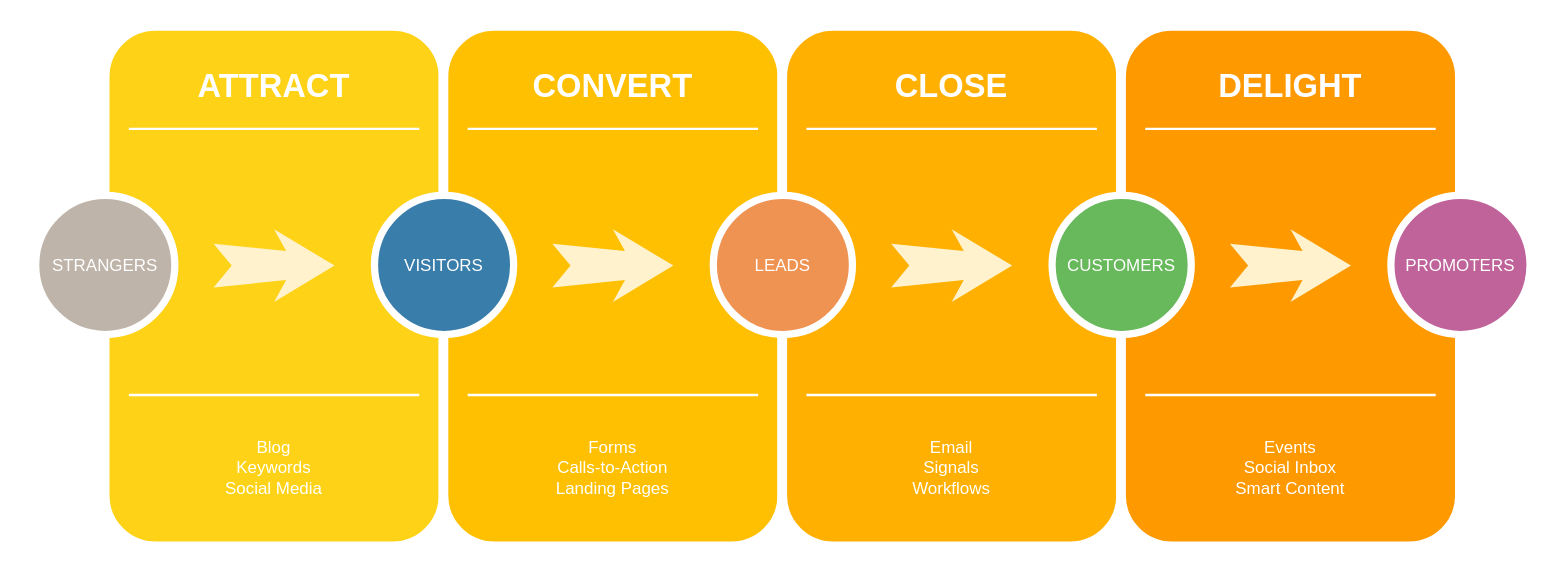
This is Untitled Diagram.drawio from nhanphams/ActionBarSherlock, a draw.io file, before an edit. Source tidied: cells renumbered, new cells numbered last; positions are measured from the earlier drawing's top-left corner, leaving out a move shared by most shapes. Both pictures are drawn from the tidied source at 121%, with x=0, y=0 at pixel (35, 25).
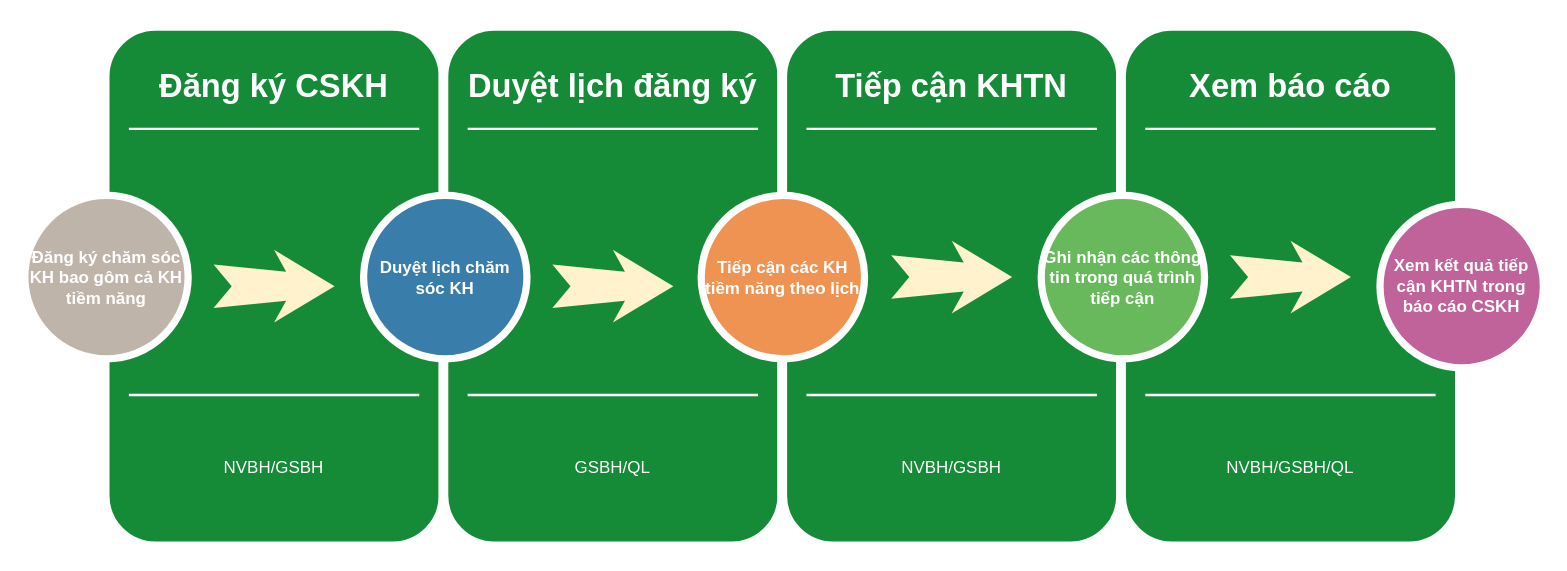
After the change.

Diff of the diagram source:
```diff
@@
-    <mxCell id="2" style="whiteSpace=wrap;html=1;rounded=1;shadow=0;strokeWidth=8;fontSize=20;align=center;fillColor=#FED217;strokeColor=#FFFFFF;" parent="1" vertex="1">
+    <mxCell id="2" style="whiteSpace=wrap;html=1;rounded=1;shadow=0;strokeWidth=8;fontSize=20;align=center;strokeColor=#FFFFFF;fillColor=#158B38;" parent="1" vertex="1">
       <mxGeometry x="57" width="280" height="430" as="geometry" />
     </mxCell>
-    <mxCell id="3" value="ATTRACT" style="text;html=1;strokeColor=none;fillColor=none;align=center;verticalAlign=middle;whiteSpace=wrap;rounded=0;shadow=0;fontSize=27;fontColor=#FFFFFF;fontStyle=1;" parent="1" vertex="1">
+    <mxCell id="3" value="Đăng ký CSKH" style="text;html=1;strokeColor=none;fillColor=none;align=center;verticalAlign=middle;whiteSpace=wrap;rounded=0;shadow=0;fontSize=27;fontColor=#FFFFFF;fontStyle=1;" parent="1" vertex="1">
       <mxGeometry x="57" y="20" width="280" height="60" as="geometry" />
     </mxCell>
-    <mxCell id="4" value="Blog&lt;div&gt;Keywords&lt;/div&gt;&lt;div&gt;Social Media&lt;/div&gt;" style="text;html=1;strokeColor=none;fillColor=none;align=center;verticalAlign=middle;whiteSpace=wrap;rounded=0;shadow=0;fontSize=14;fontColor=#FFFFFF;" parent="1" vertex="1">
+    <mxCell id="4" value="NVBH/GSBH" style="text;html=1;strokeColor=none;fillColor=none;align=center;verticalAlign=middle;whiteSpace=wrap;rounded=0;shadow=0;fontSize=14;fontColor=#FFFFFF;" parent="1" vertex="1">
       <mxGeometry x="57" y="320" width="280" height="90" as="geometry" />
     </mxCell>
@@
-    <mxCell id="7" value="STRANGERS" style="ellipse;whiteSpace=wrap;html=1;rounded=0;shadow=0;strokeWidth=6;fontSize=14;align=center;fillColor=#BFB4A9;strokeColor=#FFFFFF;fontColor=#FFFFFF;" parent="1" vertex="1">
-      <mxGeometry y="140" width="115" height="115" as="geometry" />
+    <mxCell id="7" value="Đăng ký chăm sóc KH bao gôm cả KH tiềm năng" style="ellipse;whiteSpace=wrap;html=1;rounded=0;shadow=0;strokeWidth=6;fontSize=14;align=center;fillColor=#BFB4A9;strokeColor=#FFFFFF;fontColor=#FFFFFF;fontStyle=1;" parent="1" vertex="1">
+      <mxGeometry x="-9" y="140" width="135" height="135" as="geometry" />
     </mxCell>
     <mxCell id="8" style="html=1;shadow=0;dashed=0;align=center;verticalAlign=middle;shape=mxgraph.arrows2.stylisedArrow;dy=0.6;dx=40;notch=15;feather=0.4;rounded=0;strokeWidth=1;fontSize=27;strokeColor=none;fillColor=#fff2cc;" parent="1" vertex="1">
-      <mxGeometry x="147" y="168" width="100" height="60" as="geometry" />
+      <mxGeometry x="147" y="185" width="100" height="60" as="geometry" />
     </mxCell>
-    <mxCell id="9" style="whiteSpace=wrap;html=1;rounded=1;shadow=0;strokeWidth=8;fontSize=20;align=center;fillColor=#FFC001;strokeColor=#FFFFFF;" parent="1" vertex="1">
+    <mxCell id="9" style="whiteSpace=wrap;html=1;rounded=1;shadow=0;strokeWidth=8;fontSize=20;align=center;strokeColor=#FFFFFF;fillColor=#158B38;" parent="1" vertex="1">
       <mxGeometry x="337" width="280" height="430" as="geometry" />
     </mxCell>
-    <mxCell id="10" value="CONVERT" style="text;html=1;strokeColor=none;fillColor=none;align=center;verticalAlign=middle;whiteSpace=wrap;rounded=0;shadow=0;fontSize=27;fontColor=#FFFFFF;fontStyle=1;" parent="1" vertex="1">
+    <mxCell id="10" value="Duyệt lịch đăng ký" style="text;html=1;strokeColor=none;fillColor=none;align=center;verticalAlign=middle;whiteSpace=wrap;rounded=0;shadow=0;fontSize=27;fontColor=#FFFFFF;fontStyle=1;" parent="1" vertex="1">
       <mxGeometry x="337" y="20" width="280" height="60" as="geometry" />
     </mxCell>
-    <mxCell id="11" value="Forms&lt;div&gt;Calls-to-Action&lt;/div&gt;&lt;div&gt;Landing Pages&lt;/div&gt;" style="text;html=1;strokeColor=none;fillColor=none;align=center;verticalAlign=middle;whiteSpace=wrap;rounded=0;shadow=0;fontSize=14;fontColor=#FFFFFF;" parent="1" vertex="1">
+    <mxCell id="11" value="GSBH/QL" style="text;html=1;strokeColor=none;fillColor=none;align=center;verticalAlign=middle;whiteSpace=wrap;rounded=0;shadow=0;fontSize=14;fontColor=#FFFFFF;" parent="1" vertex="1">
       <mxGeometry x="337" y="320" width="280" height="90" as="geometry" />
     </mxCell>
@@
-    <mxCell id="14" value="VISITORS" style="ellipse;whiteSpace=wrap;html=1;rounded=0;shadow=0;strokeWidth=6;fontSize=14;align=center;fillColor=#397DAA;strokeColor=#FFFFFF;fontColor=#FFFFFF;" parent="1" vertex="1">
-      <mxGeometry x="280" y="140" width="115" height="115" as="geometry" />
+    <mxCell id="14" value="Duyệt lịch chăm sóc KH" style="ellipse;whiteSpace=wrap;html=1;rounded=0;shadow=0;strokeWidth=6;fontSize=14;align=center;fillColor=#397DAA;strokeColor=#FFFFFF;fontColor=#FFFFFF;fontStyle=1;" parent="1" vertex="1">
+      <mxGeometry x="271" y="140" width="135" height="135" as="geometry" />
     </mxCell>
     <mxCell id="15" style="html=1;shadow=0;dashed=0;align=center;verticalAlign=middle;shape=mxgraph.arrows2.stylisedArrow;dy=0.6;dx=40;notch=15;feather=0.4;rounded=0;strokeWidth=1;fontSize=27;strokeColor=none;fillColor=#fff2cc;" parent="1" vertex="1">
-      <mxGeometry x="427" y="168" width="100" height="60" as="geometry" />
+      <mxGeometry x="427" y="185" width="100" height="60" as="geometry" />
     </mxCell>
-    <mxCell id="16" style="whiteSpace=wrap;html=1;rounded=1;shadow=0;strokeWidth=8;fontSize=20;align=center;fillColor=#FFB001;strokeColor=#FFFFFF;" parent="1" vertex="1">
+    <mxCell id="16" style="whiteSpace=wrap;html=1;rounded=1;shadow=0;strokeWidth=8;fontSize=20;align=center;strokeColor=#FFFFFF;fillColor=#158B38;" parent="1" vertex="1">
       <mxGeometry x="617" width="280" height="430" as="geometry" />
     </mxCell>
-    <mxCell id="17" value="CLOSE" style="text;html=1;strokeColor=none;fillColor=none;align=center;verticalAlign=middle;whiteSpace=wrap;rounded=0;shadow=0;fontSize=27;fontColor=#FFFFFF;fontStyle=1;" parent="1" vertex="1">
+    <mxCell id="17" value="Tiếp cận KHTN" style="text;html=1;strokeColor=none;fillColor=none;align=center;verticalAlign=middle;whiteSpace=wrap;rounded=0;shadow=0;fontSize=27;fontColor=#FFFFFF;fontStyle=1;" parent="1" vertex="1">
       <mxGeometry x="617" y="20" width="280" height="60" as="geometry" />
     </mxCell>
-    <mxCell id="18" value="Email&lt;div&gt;Signals&lt;/div&gt;&lt;div&gt;Workflows&lt;/div&gt;" style="text;html=1;strokeColor=none;fillColor=none;align=center;verticalAlign=middle;whiteSpace=wrap;rounded=0;shadow=0;fontSize=14;fontColor=#FFFFFF;" parent="1" vertex="1">
+    <mxCell id="18" value="NVBH/GSBH" style="text;html=1;strokeColor=none;fillColor=none;align=center;verticalAlign=middle;whiteSpace=wrap;rounded=0;shadow=0;fontSize=14;fontColor=#FFFFFF;" parent="1" vertex="1">
       <mxGeometry x="617" y="320" width="280" height="90" as="geometry" />
     </mxCell>
@@
-    <mxCell id="21" value="LEADS" style="ellipse;whiteSpace=wrap;html=1;rounded=0;shadow=0;strokeWidth=6;fontSize=14;align=center;fillColor=#EF9353;strokeColor=#FFFFFF;fontColor=#FFFFFF;" parent="1" vertex="1">
-      <mxGeometry x="560" y="140" width="115" height="115" as="geometry" />
+    <mxCell id="21" value="Tiếp cận các KH tiềm năng theo lịch" style="ellipse;whiteSpace=wrap;html=1;rounded=0;shadow=0;strokeWidth=6;fontSize=14;align=center;fillColor=#EF9353;strokeColor=#FFFFFF;fontColor=#FFFFFF;fontStyle=1;" parent="1" vertex="1">
+      <mxGeometry x="550" y="140" width="135" height="135" as="geometry" />
     </mxCell>
     <mxCell id="22" style="html=1;shadow=0;dashed=0;align=center;verticalAlign=middle;shape=mxgraph.arrows2.stylisedArrow;dy=0.6;dx=40;notch=15;feather=0.4;rounded=0;strokeWidth=1;fontSize=27;strokeColor=none;fillColor=#fff2cc;" parent="1" vertex="1">
-      <mxGeometry x="707" y="168" width="100" height="60" as="geometry" />
+      <mxGeometry x="707" y="177.5" width="100" height="60" as="geometry" />
     </mxCell>
-    <mxCell id="23" style="whiteSpace=wrap;html=1;rounded=1;shadow=0;strokeWidth=8;fontSize=20;align=center;fillColor=#FE9900;strokeColor=#FFFFFF;" parent="1" vertex="1">
+    <mxCell id="23" style="whiteSpace=wrap;html=1;rounded=1;shadow=0;strokeWidth=8;fontSize=20;align=center;strokeColor=#FFFFFF;fillColor=#158B38;" parent="1" vertex="1">
       <mxGeometry x="897" width="280" height="430" as="geometry" />
     </mxCell>
-    <mxCell id="24" value="DELIGHT" style="text;html=1;strokeColor=none;fillColor=none;align=center;verticalAlign=middle;whiteSpace=wrap;rounded=0;shadow=0;fontSize=27;fontColor=#FFFFFF;fontStyle=1;" parent="1" vertex="1">
+    <mxCell id="24" value="Xem báo cáo" style="text;html=1;strokeColor=none;fillColor=none;align=center;verticalAlign=middle;whiteSpace=wrap;rounded=0;shadow=0;fontSize=27;fontColor=#FFFFFF;fontStyle=1;" parent="1" vertex="1">
       <mxGeometry x="897" y="20" width="280" height="60" as="geometry" />
     </mxCell>
-    <mxCell id="25" value="Events&lt;div&gt;Social Inbox&lt;/div&gt;&lt;div&gt;Smart Content&lt;/div&gt;" style="text;html=1;strokeColor=none;fillColor=none;align=center;verticalAlign=middle;whiteSpace=wrap;rounded=0;shadow=0;fontSize=14;fontColor=#FFFFFF;" parent="1" vertex="1">
+    <mxCell id="25" value="NVBH/GSBH/QL" style="text;html=1;strokeColor=none;fillColor=none;align=center;verticalAlign=middle;whiteSpace=wrap;rounded=0;shadow=0;fontSize=14;fontColor=#FFFFFF;" parent="1" vertex="1">
       <mxGeometry x="897" y="320" width="280" height="90" as="geometry" />
     </mxCell>
@@
-    <mxCell id="28" value="CUSTOMERS" style="ellipse;whiteSpace=wrap;html=1;rounded=0;shadow=0;strokeWidth=6;fontSize=14;align=center;fillColor=#68B85C;strokeColor=#FFFFFF;fontColor=#FFFFFF;" parent="1" vertex="1">
-      <mxGeometry x="840" y="140" width="115" height="115" as="geometry" />
+    <mxCell id="28" value="Ghi nhận các thông tin trong quá trình tiếp cận" style="ellipse;whiteSpace=wrap;html=1;rounded=0;shadow=0;strokeWidth=6;fontSize=14;align=center;fillColor=#68B85C;strokeColor=#FFFFFF;fontColor=#FFFFFF;fontStyle=1;" parent="1" vertex="1">
+      <mxGeometry x="831" y="140" width="135" height="135" as="geometry" />
     </mxCell>
     <mxCell id="29" style="html=1;shadow=0;dashed=0;align=center;verticalAlign=middle;shape=mxgraph.arrows2.stylisedArrow;dy=0.6;dx=40;notch=15;feather=0.4;rounded=0;strokeWidth=1;fontSize=27;strokeColor=none;fillColor=#fff2cc;" parent="1" vertex="1">
-      <mxGeometry x="987" y="168" width="100" height="60" as="geometry" />
+      <mxGeometry x="987" y="177.5" width="100" height="60" as="geometry" />
     </mxCell>
-    <mxCell id="30" value="PROMOTERS" style="ellipse;whiteSpace=wrap;html=1;rounded=0;shadow=0;strokeWidth=6;fontSize=14;align=center;fillColor=#BF639A;strokeColor=#FFFFFF;fontColor=#FFFFFF;" parent="1" vertex="1">
-      <mxGeometry x="1120" y="140" width="115" height="115" as="geometry" />
+    <mxCell id="30" value="Xem kết quả tiếp cận KHTN trong báo cáo CSKH" style="ellipse;whiteSpace=wrap;html=1;rounded=0;shadow=0;strokeWidth=6;fontSize=14;align=center;fillColor=#BF639A;strokeColor=#FFFFFF;fontColor=#FFFFFF;fontStyle=1;" parent="1" vertex="1">
+      <mxGeometry x="1111" y="147.5" width="135" height="135" as="geometry" />
     </mxCell>
```
